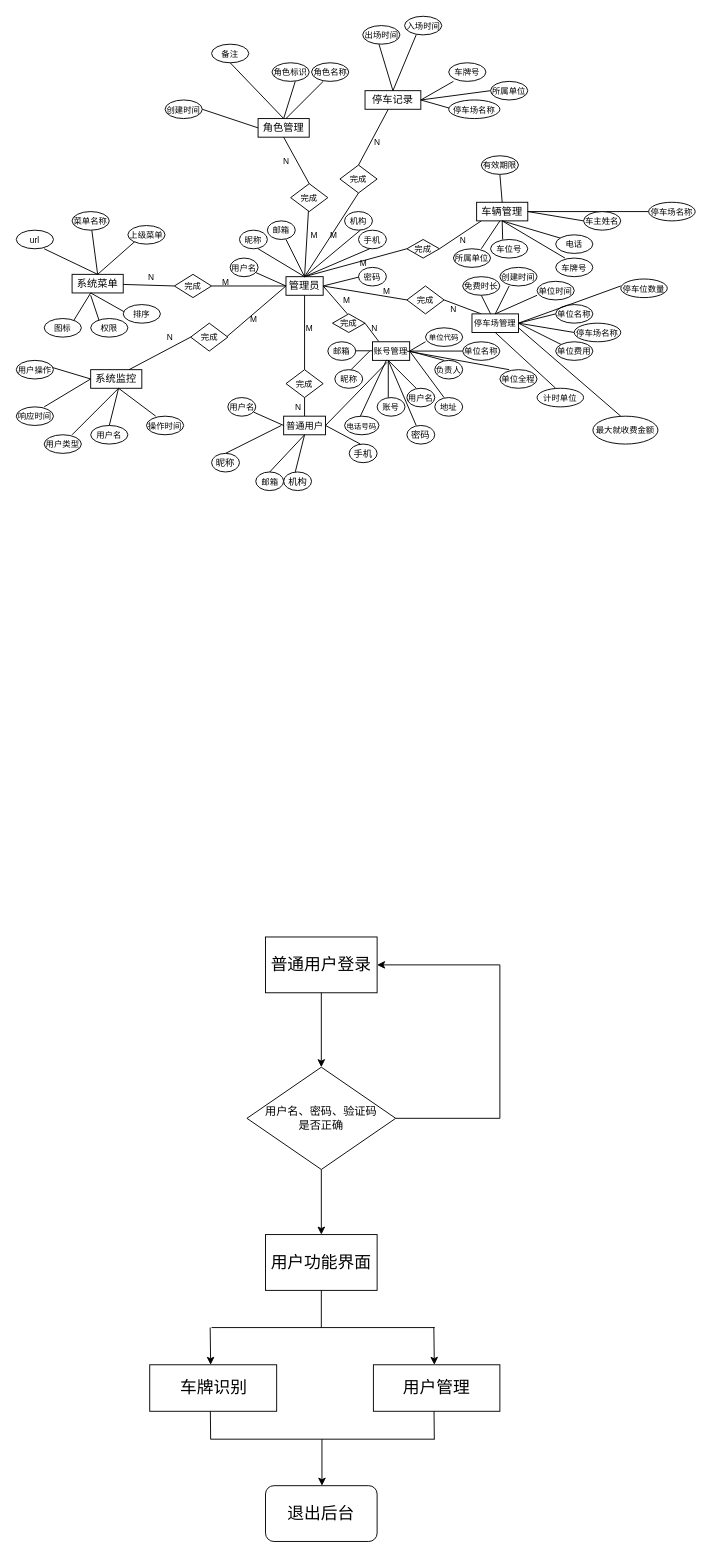
This is Untitled Diagram.drawio from aimuzidenvhai/FullStackOpen-Homework, a draw.io file, before an edit. Source tidied: cells renumbered, new cells numbered last; positions are measured from the earlier drawing's top-left corner, leaving out a move shared by most shapes. Both pictures are drawn from the tidied source at 93%, with x=0, y=0 at pixel (16, 16).
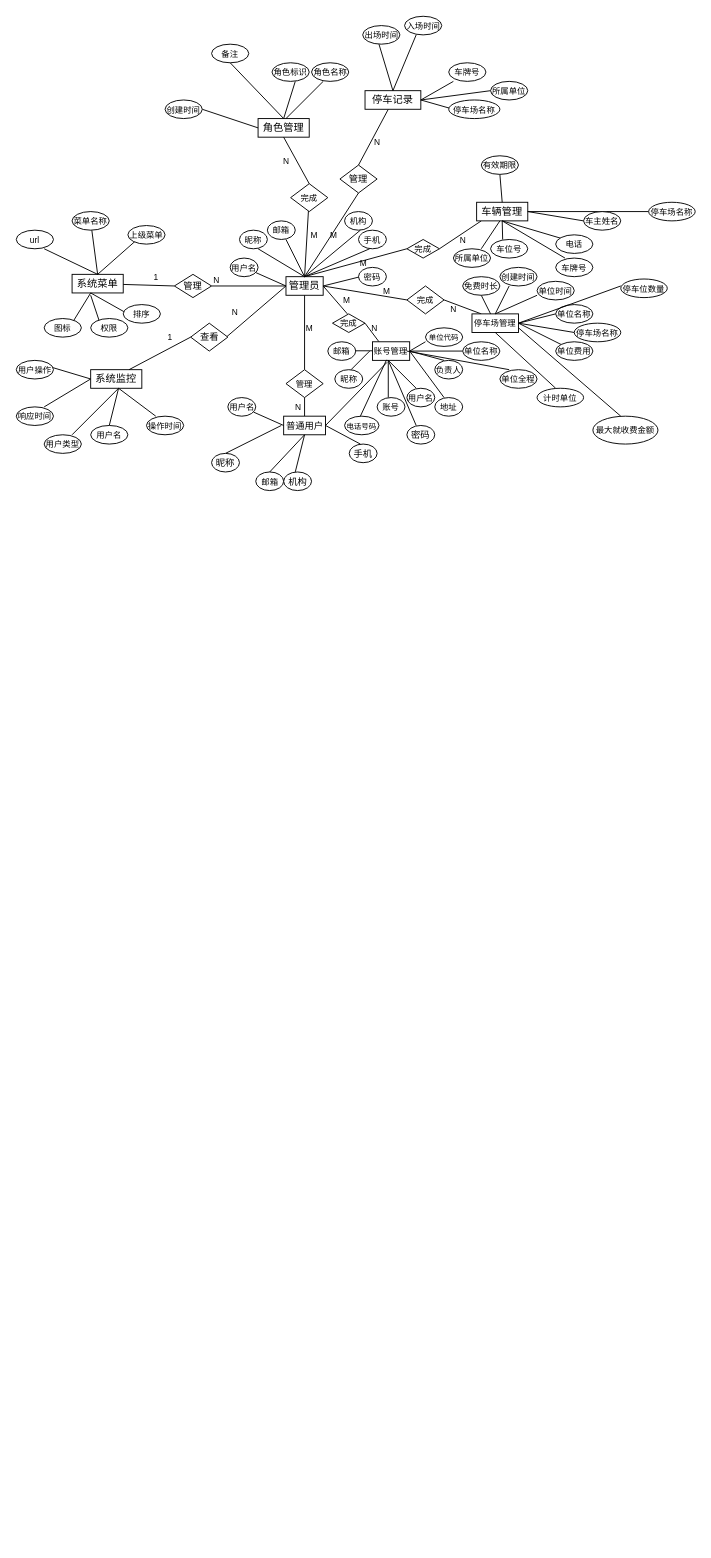
The same diagram, later.

The edit, as a diff of the source:
```diff
@@
-    <mxCell id="25" value="&lt;font style=&quot;font-size: 9px;&quot;&gt;完成&lt;/font&gt;" style="rhombus;whiteSpace=wrap;html=1;" parent="1" vertex="1">
+    <mxCell id="25" value="&lt;font size=&quot;1&quot;&gt;管理&lt;/font&gt;" style="rhombus;whiteSpace=wrap;html=1;" parent="1" vertex="1">
       <mxGeometry x="348" y="160" width="40" height="30" as="geometry" />
     </mxCell>
@@
-    <mxCell id="27" value="&lt;font style=&quot;font-size: 9px;&quot;&gt;完成&lt;/font&gt;" style="rhombus;whiteSpace=wrap;html=1;" parent="1" vertex="1">
+    <mxCell id="27" value="&lt;font style=&quot;font-size: 9px;&quot;&gt;管理&lt;/font&gt;" style="rhombus;whiteSpace=wrap;html=1;" parent="1" vertex="1">
       <mxGeometry x="290" y="380" width="40" height="30" as="geometry" />
     </mxCell>
@@
-    <mxCell id="55" value="&lt;font style=&quot;font-size: 9px;&quot;&gt;M&lt;/font&gt;" style="text;html=1;align=center;verticalAlign=middle;strokeColor=none;fillColor=none;" parent="1" vertex="1">
-      <mxGeometry x="210" y="270" width="30" height="30" as="geometry" />
-    </mxCell>
@@
-    <mxCell id="59" value="&lt;font style=&quot;font-size: 9px;&quot;&gt;完成&lt;/font&gt;" style="rhombus;whiteSpace=wrap;html=1;" parent="1" vertex="1">
+    <mxCell id="59" value="&lt;font size=&quot;1&quot;&gt;查看&lt;/font&gt;" style="rhombus;whiteSpace=wrap;html=1;" parent="1" vertex="1">
       <mxGeometry x="187.5" y="330" width="40" height="30" as="geometry" />
     </mxCell>
-    <mxCell id="60" value="&lt;font style=&quot;font-size: 9px;&quot;&gt;完成&lt;/font&gt;" style="rhombus;whiteSpace=wrap;html=1;" parent="1" vertex="1">
+    <mxCell id="60" value="&lt;font size=&quot;1&quot;&gt;管理&lt;/font&gt;" style="rhombus;whiteSpace=wrap;html=1;" parent="1" vertex="1">
       <mxGeometry x="170" y="277.5" width="40" height="25" as="geometry" />
     </mxCell>
-    <mxCell id="61" value="&lt;font style=&quot;font-size: 9px;&quot;&gt;M&lt;/font&gt;" style="text;html=1;align=center;verticalAlign=middle;strokeColor=none;fillColor=none;" parent="1" vertex="1">
-      <mxGeometry x="240" y="310" width="30" height="30" as="geometry" />
-    </mxCell>
@@
     <mxCell id="103" value="&lt;font style=&quot;font-size: 9px;&quot;&gt;N&lt;/font&gt;" style="text;html=1;align=center;verticalAlign=middle;strokeColor=none;fillColor=none;" parent="1" vertex="1">
-      <mxGeometry x="130" y="265" width="30" height="30" as="geometry" />
+      <mxGeometry x="200" y="267.5" width="30" height="30" as="geometry" />
     </mxCell>
-    <mxCell id="104" value="&lt;font style=&quot;font-size: 9px;&quot;&gt;N&lt;/font&gt;" style="text;html=1;align=center;verticalAlign=middle;strokeColor=none;fillColor=none;" parent="1" vertex="1">
+    <mxCell id="104" value="&lt;font style=&quot;font-size: 9px;&quot;&gt;1&lt;/font&gt;" style="text;html=1;align=center;verticalAlign=middle;strokeColor=none;fillColor=none;" parent="1" vertex="1">
       <mxGeometry x="150" y="330" width="30" height="30" as="geometry" />
     </mxCell>
@@
-    <mxCell id="169" value="&lt;font style=&quot;font-size: 18px;&quot;&gt;普通用户登录&lt;/font&gt;" style="rounded=0;whiteSpace=wrap;html=1;" parent="1" vertex="1">
-      <mxGeometry x="268" y="990" width="120" height="60" as="geometry" />
-    </mxCell>
-    <mxCell id="170" style="endArrow=classic;html=1;rounded=0;exitX=0.5;exitY=1;exitDx=0;exitDy=0;" parent="1" edge="1" source="169" target="171">
-      <mxGeometry relative="1" as="geometry" />
-    </mxCell>
-    <mxCell id="171" value="用户名、密码、验证码&lt;br&gt;是否正确" style="rhombus;whiteSpace=wrap;html=1;" parent="1" vertex="1">
-      <mxGeometry x="248" y="1130" width="160" height="110" as="geometry" />
-    </mxCell>
-    <mxCell id="172" style="endArrow=classic;html=1;rounded=0;exitX=1;exitY=0.5;exitDx=0;exitDy=0;entryX=1;entryY=0.5;entryDx=0;entryDy=0;" parent="1" edge="1" source="171" target="169">
-      <mxGeometry relative="1" as="geometry">
-        <Array as="points">
-          <mxPoint x="520" y="1185" />
-          <mxPoint x="520" y="1020" />
-        </Array>
-      </mxGeometry>
-    </mxCell>
-    <mxCell id="173" style="endArrow=classic;html=1;rounded=0;exitX=0.5;exitY=1;exitDx=0;exitDy=0;" parent="1" edge="1" source="171" target="174">
-      <mxGeometry relative="1" as="geometry" />
-    </mxCell>
-    <mxCell id="174" value="&lt;font style=&quot;font-size: 18px;&quot;&gt;用户功能界面&lt;/font&gt;" style="rounded=0;whiteSpace=wrap;html=1;" parent="1" vertex="1">
-      <mxGeometry x="268" y="1310" width="120" height="60" as="geometry" />
-    </mxCell>
-    <mxCell id="175" style="endArrow=none;html=1;rounded=0;" parent="1" edge="1">
-      <mxGeometry relative="1" as="geometry">
-        <mxPoint x="210" y="1410" as="sourcePoint" />
-        <mxPoint x="450" y="1410" as="targetPoint" />
-      </mxGeometry>
-    </mxCell>
-    <mxCell id="176" style="endArrow=none;html=1;rounded=0;entryX=0.5;entryY=1;entryDx=0;entryDy=0;" parent="1" edge="1" target="174">
-      <mxGeometry relative="1" as="geometry">
-        <mxPoint x="328" y="1410" as="sourcePoint" />
-      </mxGeometry>
-    </mxCell>
-    <mxCell id="177" style="endArrow=classic;html=1;rounded=0;" parent="1" edge="1">
-      <mxGeometry relative="1" as="geometry">
-        <mxPoint x="208.5" y="1410" as="sourcePoint" />
-        <mxPoint x="209" y="1450" as="targetPoint" />
-      </mxGeometry>
-    </mxCell>
-    <mxCell id="178" value="&lt;font style=&quot;font-size: 18px;&quot;&gt;车牌识别&lt;/font&gt;" style="rounded=0;whiteSpace=wrap;html=1;" parent="1" vertex="1">
-      <mxGeometry x="143.5" y="1450" width="136.5" height="50" as="geometry" />
-    </mxCell>
-    <mxCell id="179" style="endArrow=none;html=1;rounded=0;" parent="1" edge="1">
-      <mxGeometry relative="1" as="geometry">
-        <mxPoint x="208.8" y="1530" as="sourcePoint" />
-        <mxPoint x="450" y="1530" as="targetPoint" />
-      </mxGeometry>
-    </mxCell>
-    <mxCell id="180" style="endArrow=none;html=1;rounded=0;exitX=0.5;exitY=1;exitDx=0;exitDy=0;" parent="1" edge="1">
-      <mxGeometry relative="1" as="geometry">
-        <mxPoint x="208.7" y="1500" as="sourcePoint" />
-        <mxPoint x="209" y="1530" as="targetPoint" />
-      </mxGeometry>
-    </mxCell>
-    <mxCell id="181" style="endArrow=classic;html=1;rounded=0;" parent="1" edge="1">
-      <mxGeometry relative="1" as="geometry">
-        <mxPoint x="328.7" y="1530" as="sourcePoint" />
-        <mxPoint x="328.7" y="1580" as="targetPoint" />
-      </mxGeometry>
-    </mxCell>
-    <mxCell id="182" value="&lt;font style=&quot;font-size: 18px;&quot;&gt;退出后台&lt;/font&gt;" style="rounded=1;whiteSpace=wrap;html=1;" parent="1" vertex="1">
-      <mxGeometry x="268" y="1580" width="120" height="60" as="geometry" />
-    </mxCell>
-    <mxCell id="183" style="endArrow=classic;html=1;rounded=0;" parent="1" edge="1">
-      <mxGeometry relative="1" as="geometry">
-        <mxPoint x="449" y="1410" as="sourcePoint" />
-        <mxPoint x="449.5" y="1450" as="targetPoint" />
-      </mxGeometry>
-    </mxCell>
-    <mxCell id="184" value="&lt;font style=&quot;font-size: 18px;&quot;&gt;用户管理&lt;/font&gt;" style="rounded=0;whiteSpace=wrap;html=1;" parent="1" vertex="1">
-      <mxGeometry x="384" y="1450" width="136" height="50" as="geometry" />
-    </mxCell>
-    <mxCell id="185" style="endArrow=none;html=1;rounded=0;exitX=0.5;exitY=1;exitDx=0;exitDy=0;" parent="1" edge="1">
-      <mxGeometry relative="1" as="geometry">
-        <mxPoint x="449.2" y="1500" as="sourcePoint" />
-        <mxPoint x="449.5" y="1530" as="targetPoint" />
-      </mxGeometry>
-    </mxCell>
+    <mxCell id="186" value="&lt;font style=&quot;font-size: 9px;&quot;&gt;N&lt;/font&gt;" style="text;html=1;align=center;verticalAlign=middle;strokeColor=none;fillColor=none;" parent="1" vertex="1">
+      <mxGeometry x="220" y="302.5" width="30" height="30" as="geometry" />
+    </mxCell>
+    <mxCell id="187" value="&lt;font style=&quot;font-size: 9px;&quot;&gt;1&lt;/font&gt;" style="text;html=1;align=center;verticalAlign=middle;strokeColor=none;fillColor=none;" parent="1" vertex="1">
+      <mxGeometry x="135" y="265" width="30" height="30" as="geometry" />
+    </mxCell>
```
